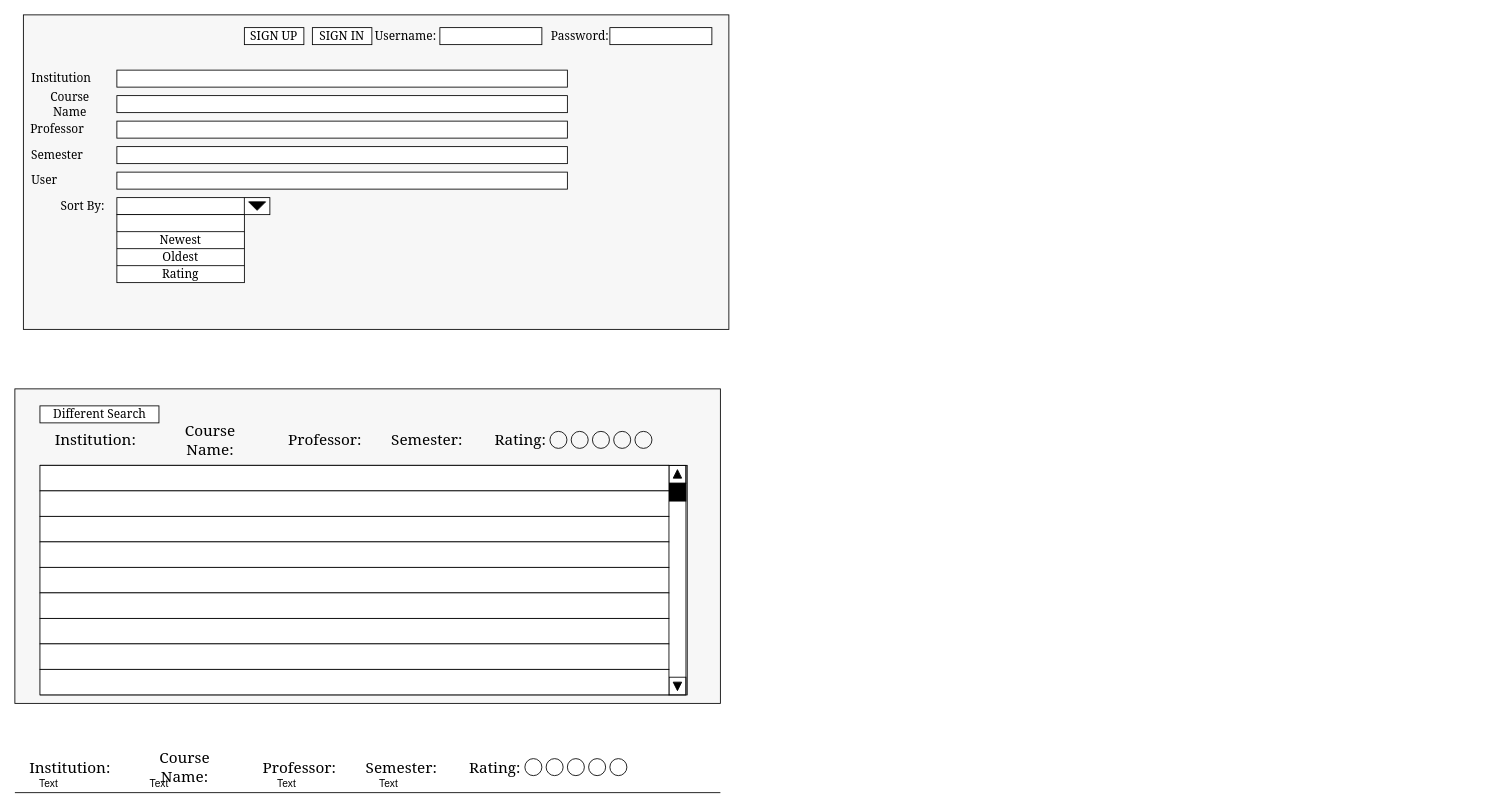
Earlier version of the draw.io diagram System Interface.drawio (Thomas-McKanna/CourseBin). Source tidied: cells renumbered, new cells numbered last; positions are measured from the earlier drawing's top-left corner, leaving out a move shared by most shapes. Both pictures are drawn from the tidied source at 85%, with x=0, y=0 at pixel (14, 14).
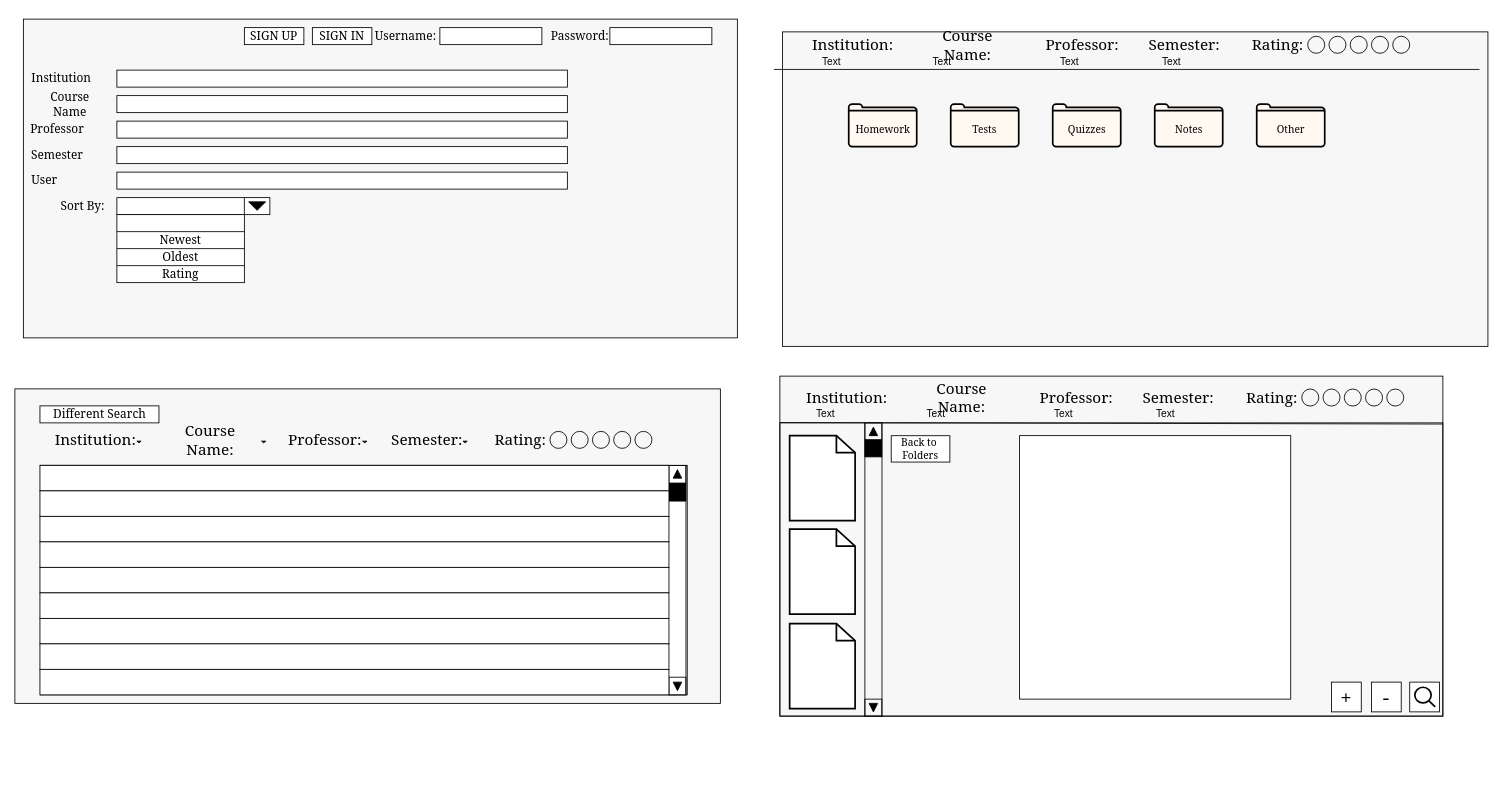
The same page after the edit.

What changed in the source:
```diff
@@
     <mxCell id="2" style="rounded=0;whiteSpace=wrap;html=1;strokeColor=#000000;fillColor=#F7F7F7;" parent="1" vertex="1">
-      <mxGeometry x="10" width="830" height="370" as="geometry" />
+      <mxGeometry x="900" y="425" width="780" height="400" as="geometry" />
     </mxCell>
+    <mxCell id="74" style="rounded=0;whiteSpace=wrap;html=1;strokeColor=#000000;fillColor=none;" parent="1" vertex="1">
+      <mxGeometry x="900" y="480" width="780" height="345" as="geometry" />
+    </mxCell>
+    <mxCell id="75" style="rounded=0;whiteSpace=wrap;html=1;strokeColor=#000000;fillColor=#F7F7F7;" parent="1" vertex="1">
+      <mxGeometry x="903" y="20" width="830" height="370" as="geometry" />
+    </mxCell>
+    <mxCell id="76" style="rounded=0;whiteSpace=wrap;html=1;strokeColor=#000000;fillColor=#F7F7F7;" parent="1" vertex="1">
+      <mxGeometry x="10" y="5" width="840" height="375" as="geometry" />
+    </mxCell>
@@
     <mxCell id="42" style="endArrow=none;html=1;" parent="1" edge="1">
       <mxGeometry relative="1" as="geometry">
-        <mxPoint y="915" as="sourcePoint" />
-        <mxPoint x="830" y="915" as="targetPoint" />
+        <mxPoint x="893" y="64.2" as="sourcePoint" />
+        <mxPoint x="1723" y="64.2" as="targetPoint" />
       </mxGeometry>
     </mxCell>
     <mxCell id="43" value="&lt;font face=&quot;Georgia&quot; style=&quot;font-size: 18px&quot;&gt;Institution:&lt;/font&gt;" style="text;html=1;strokeColor=none;fillColor=none;align=center;verticalAlign=middle;whiteSpace=wrap;rounded=0;" parent="1" vertex="1">
-      <mxGeometry x="20" y="875" width="90" height="20" as="geometry" />
+      <mxGeometry x="941" y="25.2" width="90" height="20" as="geometry" />
     </mxCell>
     <mxCell id="44" value="&lt;font face=&quot;Georgia&quot; style=&quot;font-size: 18px&quot;&gt;Course Name:&lt;/font&gt;" style="text;html=1;strokeColor=none;fillColor=none;align=center;verticalAlign=middle;whiteSpace=wrap;rounded=0;" parent="1" vertex="1">
-      <mxGeometry x="140" y="875" width="120" height="20" as="geometry" />
+      <mxGeometry x="1061" y="25.2" width="120" height="20" as="geometry" />
     </mxCell>
     <mxCell id="45" value="&lt;font face=&quot;Georgia&quot; style=&quot;font-size: 18px&quot;&gt;Professor:&lt;/font&gt;" style="text;html=1;strokeColor=none;fillColor=none;align=center;verticalAlign=middle;whiteSpace=wrap;rounded=0;" parent="1" vertex="1">
-      <mxGeometry x="290" y="875" width="90" height="20" as="geometry" />
+      <mxGeometry x="1211" y="25.2" width="90" height="20" as="geometry" />
     </mxCell>
     <mxCell id="46" value="&lt;font face=&quot;Georgia&quot; style=&quot;font-size: 18px&quot;&gt;Semester:&lt;/font&gt;" style="text;html=1;strokeColor=none;fillColor=none;align=center;verticalAlign=middle;whiteSpace=wrap;rounded=0;" parent="1" vertex="1">
-      <mxGeometry x="410" y="875" width="90" height="20" as="geometry" />
+      <mxGeometry x="1331" y="25.2" width="90" height="20" as="geometry" />
     </mxCell>
     <mxCell id="47" value="&lt;font face=&quot;Georgia&quot; style=&quot;font-size: 18px&quot;&gt;Rating:&lt;/font&gt;" style="text;html=1;strokeColor=none;fillColor=none;align=center;verticalAlign=middle;whiteSpace=wrap;rounded=0;" parent="1" vertex="1">
-      <mxGeometry x="530" y="875" width="70" height="20" as="geometry" />
+      <mxGeometry x="1451" y="25.2" width="70" height="20" as="geometry" />
     </mxCell>
     <mxCell id="48" style="ellipse;whiteSpace=wrap;html=1;strokeColor=#000000;fillColor=none;" parent="1" vertex="1">
-      <mxGeometry x="600" y="875" width="20" height="20" as="geometry" />
+      <mxGeometry x="1521" y="25.2" width="20" height="20" as="geometry" />
     </mxCell>
     <mxCell id="49" style="ellipse;whiteSpace=wrap;html=1;strokeColor=#000000;fillColor=none;" parent="1" vertex="1">
-      <mxGeometry x="625" y="875" width="20" height="20" as="geometry" />
+      <mxGeometry x="1546" y="25.2" width="20" height="20" as="geometry" />
     </mxCell>
     <mxCell id="50" style="ellipse;whiteSpace=wrap;html=1;strokeColor=#000000;fillColor=none;" parent="1" vertex="1">
-      <mxGeometry x="650" y="875" width="20" height="20" as="geometry" />
+      <mxGeometry x="1571" y="25.2" width="20" height="20" as="geometry" />
     </mxCell>
     <mxCell id="51" style="ellipse;whiteSpace=wrap;html=1;strokeColor=#000000;fillColor=none;" parent="1" vertex="1">
-      <mxGeometry x="675" y="875" width="20" height="20" as="geometry" />
+      <mxGeometry x="1596" y="25.2" width="20" height="20" as="geometry" />
     </mxCell>
     <mxCell id="52" style="ellipse;whiteSpace=wrap;html=1;strokeColor=#000000;fillColor=none;" parent="1" vertex="1">
-      <mxGeometry x="700" y="875" width="20" height="20" as="geometry" />
+      <mxGeometry x="1621" y="25.2" width="20" height="20" as="geometry" />
     </mxCell>
     <mxCell id="53" value="Text" style="text;html=1;strokeColor=none;fillColor=none;align=center;verticalAlign=middle;whiteSpace=wrap;rounded=0;" parent="1" vertex="1">
-      <mxGeometry x="20" y="895" width="40" height="20" as="geometry" />
+      <mxGeometry x="941" y="45.2" width="40" height="20" as="geometry" />
     </mxCell>
     <mxCell id="54" value="Text" style="text;html=1;strokeColor=none;fillColor=none;align=center;verticalAlign=middle;whiteSpace=wrap;rounded=0;" parent="1" vertex="1">
-      <mxGeometry x="150" y="895" width="40" height="20" as="geometry" />
+      <mxGeometry x="1071" y="45.2" width="40" height="20" as="geometry" />
     </mxCell>
     <mxCell id="55" value="Text" style="text;html=1;strokeColor=none;fillColor=none;align=center;verticalAlign=middle;whiteSpace=wrap;rounded=0;" parent="1" vertex="1">
-      <mxGeometry x="300" y="895" width="40" height="20" as="geometry" />
+      <mxGeometry x="1221" y="45.2" width="40" height="20" as="geometry" />
     </mxCell>
     <mxCell id="56" value="Text" style="text;html=1;strokeColor=none;fillColor=none;align=center;verticalAlign=middle;whiteSpace=wrap;rounded=0;" parent="1" vertex="1">
-      <mxGeometry x="420" y="895" width="40" height="20" as="geometry" />
+      <mxGeometry x="1341" y="45.2" width="40" height="20" as="geometry" />
     </mxCell>
@@
+    <mxCell id="77" style="html=1;verticalLabelPosition=bottom;align=center;labelBackgroundColor=#ffffff;verticalAlign=top;strokeWidth=2;strokeColor=#000000;fillColor=#FFF9F2;shadow=0;dashed=0;shape=mxgraph.ios7.icons.folder;" parent="1" vertex="1">
+      <mxGeometry x="981" y="105" width="80" height="50" as="geometry" />
+    </mxCell>
+    <mxCell id="78" style="html=1;verticalLabelPosition=bottom;align=center;labelBackgroundColor=#ffffff;verticalAlign=top;strokeWidth=2;strokeColor=#000000;fillColor=#FFF9F2;shadow=0;dashed=0;shape=mxgraph.ios7.icons.folder;" parent="1" vertex="1">
+      <mxGeometry x="1101" y="105" width="80" height="50" as="geometry" />
+    </mxCell>
+    <mxCell id="79" style="html=1;verticalLabelPosition=bottom;align=center;labelBackgroundColor=#ffffff;verticalAlign=top;strokeWidth=2;strokeColor=#000000;fillColor=#FFF9F2;shadow=0;dashed=0;shape=mxgraph.ios7.icons.folder;" parent="1" vertex="1">
+      <mxGeometry x="1221" y="105" width="80" height="50" as="geometry" />
+    </mxCell>
+    <mxCell id="80" style="html=1;verticalLabelPosition=bottom;align=center;labelBackgroundColor=#ffffff;verticalAlign=top;strokeWidth=2;strokeColor=#000000;fillColor=#FFF9F2;shadow=0;dashed=0;shape=mxgraph.ios7.icons.folder;" parent="1" vertex="1">
+      <mxGeometry x="1341" y="105" width="80" height="50" as="geometry" />
+    </mxCell>
+    <mxCell id="81" style="html=1;verticalLabelPosition=bottom;align=center;labelBackgroundColor=#ffffff;verticalAlign=top;strokeWidth=2;strokeColor=#000000;fillColor=#FFF9F2;shadow=0;dashed=0;shape=mxgraph.ios7.icons.folder;" parent="1" vertex="1">
+      <mxGeometry x="1461" y="105" width="80" height="50" as="geometry" />
+    </mxCell>
+    <mxCell id="82" value="&lt;font face=&quot;Georgia&quot; style=&quot;font-size: 12px&quot;&gt;Homework&lt;/font&gt;" style="text;html=1;strokeColor=none;fillColor=none;align=center;verticalAlign=middle;whiteSpace=wrap;rounded=0;" parent="1" vertex="1">
+      <mxGeometry x="988.5" y="125" width="65" height="20" as="geometry" />
+    </mxCell>
+    <mxCell id="83" value="&lt;font face=&quot;Georgia&quot; style=&quot;font-size: 12px&quot;&gt;Tests&lt;/font&gt;" style="text;html=1;strokeColor=none;fillColor=none;align=center;verticalAlign=middle;whiteSpace=wrap;rounded=0;" parent="1" vertex="1">
+      <mxGeometry x="1126" y="125" width="30" height="20" as="geometry" />
+    </mxCell>
+    <mxCell id="84" value="&lt;font face=&quot;Georgia&quot; style=&quot;font-size: 12px&quot;&gt;Quizzes&lt;/font&gt;" style="text;html=1;strokeColor=none;fillColor=none;align=center;verticalAlign=middle;whiteSpace=wrap;rounded=0;" parent="1" vertex="1">
+      <mxGeometry x="1239.5" y="125" width="43" height="20" as="geometry" />
+    </mxCell>
+    <mxCell id="85" value="&lt;font face=&quot;Georgia&quot; style=&quot;font-size: 12px&quot;&gt;Notes&lt;/font&gt;" style="text;html=1;strokeColor=none;fillColor=none;align=center;verticalAlign=middle;whiteSpace=wrap;rounded=0;" parent="1" vertex="1">
+      <mxGeometry x="1364.5" y="125" width="33" height="20" as="geometry" />
+    </mxCell>
+    <mxCell id="86" value="&lt;font face=&quot;Georgia&quot; style=&quot;font-size: 12px&quot;&gt;Other&lt;/font&gt;" style="text;html=1;strokeColor=none;fillColor=none;align=center;verticalAlign=middle;whiteSpace=wrap;rounded=0;" parent="1" vertex="1">
+      <mxGeometry x="1484.5" y="125" width="33" height="20" as="geometry" />
+    </mxCell>
+    <mxCell id="87" style="triangle;whiteSpace=wrap;html=1;strokeColor=#000000;fillColor=#000000;rotation=90;" parent="1" vertex="1">
+      <mxGeometry x="145" y="500" width="2" height="5" as="geometry" />
+    </mxCell>
+    <mxCell id="88" style="triangle;whiteSpace=wrap;html=1;strokeColor=#000000;fillColor=#000000;rotation=90;" parent="1" vertex="1">
+      <mxGeometry x="291.7" y="500" width="2" height="5" as="geometry" />
+    </mxCell>
+    <mxCell id="89" style="triangle;whiteSpace=wrap;html=1;strokeColor=#000000;fillColor=#000000;rotation=90;" parent="1" vertex="1">
+      <mxGeometry x="410.7" y="500" width="2" height="5" as="geometry" />
+    </mxCell>
+    <mxCell id="90" style="triangle;whiteSpace=wrap;html=1;strokeColor=#000000;fillColor=#000000;rotation=90;" parent="1" vertex="1">
+      <mxGeometry x="528.7" y="500" width="2" height="5" as="geometry" />
+    </mxCell>
+    <mxCell id="91" style="endArrow=none;html=1;entryX=1;entryY=0.004;entryDx=0;entryDy=0;entryPerimeter=0;exitX=0;exitY=-0.001;exitDx=0;exitDy=0;exitPerimeter=0;" parent="1" edge="1" source="74" target="74">
+      <mxGeometry relative="1" as="geometry" />
+    </mxCell>
+    <mxCell id="92" value="&lt;font face=&quot;Georgia&quot; style=&quot;font-size: 18px&quot;&gt;Institution:&lt;/font&gt;" style="text;html=1;strokeColor=none;fillColor=none;align=center;verticalAlign=middle;whiteSpace=wrap;rounded=0;" parent="1" vertex="1">
+      <mxGeometry x="934" y="440.2" width="90" height="20" as="geometry" />
+    </mxCell>
+    <mxCell id="93" value="&lt;font face=&quot;Georgia&quot; style=&quot;font-size: 18px&quot;&gt;Course Name:&lt;/font&gt;" style="text;html=1;strokeColor=none;fillColor=none;align=center;verticalAlign=middle;whiteSpace=wrap;rounded=0;" parent="1" vertex="1">
+      <mxGeometry x="1054" y="440.2" width="120" height="20" as="geometry" />
+    </mxCell>
+    <mxCell id="94" value="&lt;font face=&quot;Georgia&quot; style=&quot;font-size: 18px&quot;&gt;Professor:&lt;/font&gt;" style="text;html=1;strokeColor=none;fillColor=none;align=center;verticalAlign=middle;whiteSpace=wrap;rounded=0;" parent="1" vertex="1">
+      <mxGeometry x="1204" y="440.2" width="90" height="20" as="geometry" />
+    </mxCell>
+    <mxCell id="95" value="&lt;font face=&quot;Georgia&quot; style=&quot;font-size: 18px&quot;&gt;Semester:&lt;/font&gt;" style="text;html=1;strokeColor=none;fillColor=none;align=center;verticalAlign=middle;whiteSpace=wrap;rounded=0;" parent="1" vertex="1">
+      <mxGeometry x="1324" y="440.2" width="90" height="20" as="geometry" />
+    </mxCell>
+    <mxCell id="96" value="&lt;font face=&quot;Georgia&quot; style=&quot;font-size: 18px&quot;&gt;Rating:&lt;/font&gt;" style="text;html=1;strokeColor=none;fillColor=none;align=center;verticalAlign=middle;whiteSpace=wrap;rounded=0;" parent="1" vertex="1">
+      <mxGeometry x="1444" y="440.2" width="70" height="20" as="geometry" />
+    </mxCell>
+    <mxCell id="97" style="ellipse;whiteSpace=wrap;html=1;strokeColor=#000000;fillColor=none;" parent="1" vertex="1">
+      <mxGeometry x="1514" y="440.2" width="20" height="20" as="geometry" />
+    </mxCell>
+    <mxCell id="98" style="ellipse;whiteSpace=wrap;html=1;strokeColor=#000000;fillColor=none;" parent="1" vertex="1">
+      <mxGeometry x="1539" y="440.2" width="20" height="20" as="geometry" />
+    </mxCell>
+    <mxCell id="99" style="ellipse;whiteSpace=wrap;html=1;strokeColor=#000000;fillColor=none;" parent="1" vertex="1">
+      <mxGeometry x="1564" y="440.2" width="20" height="20" as="geometry" />
+    </mxCell>
+    <mxCell id="100" style="ellipse;whiteSpace=wrap;html=1;strokeColor=#000000;fillColor=none;" parent="1" vertex="1">
+      <mxGeometry x="1589" y="440.2" width="20" height="20" as="geometry" />
+    </mxCell>
+    <mxCell id="101" style="ellipse;whiteSpace=wrap;html=1;strokeColor=#000000;fillColor=none;" parent="1" vertex="1">
+      <mxGeometry x="1614" y="440.2" width="20" height="20" as="geometry" />
+    </mxCell>
+    <mxCell id="102" value="Text" style="text;html=1;strokeColor=none;fillColor=none;align=center;verticalAlign=middle;whiteSpace=wrap;rounded=0;" parent="1" vertex="1">
+      <mxGeometry x="934" y="460.2" width="40" height="20" as="geometry" />
+    </mxCell>
+    <mxCell id="103" value="Text" style="text;html=1;strokeColor=none;fillColor=none;align=center;verticalAlign=middle;whiteSpace=wrap;rounded=0;" parent="1" vertex="1">
+      <mxGeometry x="1064" y="460.2" width="40" height="20" as="geometry" />
+    </mxCell>
+    <mxCell id="104" value="Text" style="text;html=1;strokeColor=none;fillColor=none;align=center;verticalAlign=middle;whiteSpace=wrap;rounded=0;" parent="1" vertex="1">
+      <mxGeometry x="1214" y="460.2" width="40" height="20" as="geometry" />
+    </mxCell>
+    <mxCell id="105" value="Text" style="text;html=1;strokeColor=none;fillColor=none;align=center;verticalAlign=middle;whiteSpace=wrap;rounded=0;" parent="1" vertex="1">
+      <mxGeometry x="1334" y="460.2" width="40" height="20" as="geometry" />
+    </mxCell>
+    <mxCell id="106" style="endArrow=none;html=1;entryX=0.154;entryY=0.001;entryDx=0;entryDy=0;entryPerimeter=0;exitX=0.154;exitY=1;exitDx=0;exitDy=0;exitPerimeter=0;" parent="1" edge="1" source="74" target="74">
+      <mxGeometry relative="1" as="geometry" />
+    </mxCell>
+    <mxCell id="107" style="endArrow=none;html=1;entryX=0.154;entryY=0.001;entryDx=0;entryDy=0;entryPerimeter=0;exitX=0.154;exitY=1;exitDx=0;exitDy=0;exitPerimeter=0;" parent="1" edge="1">
+      <mxGeometry relative="1" as="geometry">
+        <mxPoint x="1000" y="825" as="sourcePoint" />
+        <mxPoint x="1000" y="480" as="targetPoint" />
+      </mxGeometry>
+    </mxCell>
+    <mxCell id="108" style="triangle;whiteSpace=wrap;html=1;strokeColor=#000000;fillColor=#000000;rotation=90;" parent="1" vertex="1">
+      <mxGeometry x="1005" y="810" width="10" height="10" as="geometry" />
+    </mxCell>
+    <mxCell id="109" style="whiteSpace=wrap;html=1;strokeColor=#000000;fillColor=none;" parent="1" vertex="1">
+      <mxGeometry x="1000" y="805" width="20" height="20" as="geometry" />
+    </mxCell>
+    <mxCell id="110" style="whiteSpace=wrap;html=1;strokeColor=#000000;fillColor=none;" parent="1" vertex="1">
+      <mxGeometry x="1000" y="480" width="20" height="20" as="geometry" />
+    </mxCell>
+    <mxCell id="111" style="triangle;whiteSpace=wrap;html=1;strokeColor=#000000;fillColor=#000000;rotation=-90;" parent="1" vertex="1">
+      <mxGeometry x="1005" y="485" width="10" height="10" as="geometry" />
+    </mxCell>
+    <mxCell id="112" style="whiteSpace=wrap;html=1;strokeColor=#000000;fillColor=#000000;" parent="1" vertex="1">
+      <mxGeometry x="1000" y="500" width="20" height="20" as="geometry" />
+    </mxCell>
+    <mxCell id="113" style="html=1;verticalLabelPosition=bottom;align=center;labelBackgroundColor=#ffffff;verticalAlign=top;strokeWidth=2;strokeColor=#000000;fillColor=#ffffff;shadow=0;dashed=0;shape=mxgraph.ios7.icons.document;" parent="1" vertex="1">
+      <mxGeometry x="911.5" y="495" width="77" height="100" as="geometry" />
+    </mxCell>
+    <mxCell id="114" style="html=1;verticalLabelPosition=bottom;align=center;labelBackgroundColor=#ffffff;verticalAlign=top;strokeWidth=2;strokeColor=#000000;fillColor=#ffffff;shadow=0;dashed=0;shape=mxgraph.ios7.icons.document;" parent="1" vertex="1">
+      <mxGeometry x="911.5" y="605" width="77" height="100" as="geometry" />
+    </mxCell>
+    <mxCell id="115" style="html=1;verticalLabelPosition=bottom;align=center;labelBackgroundColor=#ffffff;verticalAlign=top;strokeWidth=2;strokeColor=#000000;fillColor=#ffffff;shadow=0;dashed=0;shape=mxgraph.ios7.icons.document;" parent="1" vertex="1">
+      <mxGeometry x="911.5" y="716.1" width="77" height="100" as="geometry" />
+    </mxCell>
+    <mxCell id="116" style="rounded=0;whiteSpace=wrap;html=1;strokeColor=#000000;fillColor=#FFFFFF;" parent="1" vertex="1">
+      <mxGeometry x="1182" y="495" width="319" height="310" as="geometry" />
+    </mxCell>
+    <mxCell id="117" value="&lt;font face=&quot;Georgia&quot; style=&quot;font-size: 24px&quot;&gt;-&lt;/font&gt;" style="whiteSpace=wrap;html=1;strokeColor=#000000;fillColor=#FFFFFF;" parent="1" vertex="1">
+      <mxGeometry x="1596" y="785" width="35" height="35" as="geometry" />
+    </mxCell>
+    <mxCell id="118" style="whiteSpace=wrap;html=1;strokeColor=#000000;fillColor=#FFFFFF;" parent="1" vertex="1">
+      <mxGeometry x="1641" y="785" width="35" height="35" as="geometry" />
+    </mxCell>
+    <mxCell id="119" value="&lt;font face=&quot;Georgia&quot; style=&quot;font-size: 24px&quot;&gt;+&lt;/font&gt;" style="whiteSpace=wrap;html=1;strokeColor=#000000;fillColor=#FFFFFF;" parent="1" vertex="1">
+      <mxGeometry x="1549" y="785" width="35" height="35" as="geometry" />
+    </mxCell>
+    <mxCell id="120" style="html=1;verticalLabelPosition=bottom;align=center;labelBackgroundColor=#ffffff;verticalAlign=top;strokeWidth=2;strokeColor=#000000;fillColor=#ffffff;shadow=0;dashed=0;shape=mxgraph.ios7.icons.looking_glass;" parent="1" vertex="1">
+      <mxGeometry x="1647" y="791" width="24" height="23" as="geometry" />
+    </mxCell>
+    <mxCell id="121" value="&lt;font face=&quot;Georgia&quot;&gt;Back to&amp;nbsp;&lt;br&gt;Folders&lt;br&gt;&lt;/font&gt;" style="rounded=0;whiteSpace=wrap;html=1;strokeColor=#000000;fillColor=#FFFFFF;" parent="1" vertex="1">
+      <mxGeometry x="1031" y="495.1" width="69" height="31" as="geometry" />
+    </mxCell>
```
